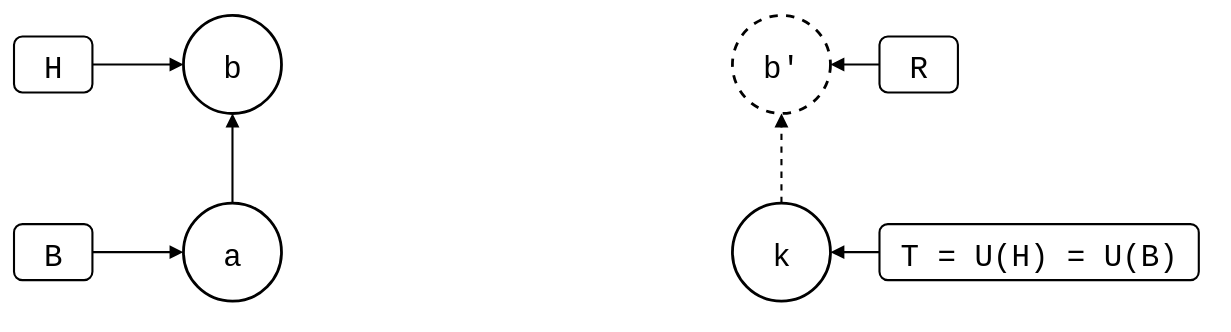
roschaefer/git-splice keeps this draw.io diagram as test/scenarios/up-to-date/push-ahead/edited-before-push/edited-before-push.drawio.svg. Above is the earlier version. Source tidied: cells renumbered, new cells last; positions are measured from the earlier drawing's top-left corner, leaving out a move shared by most shapes.
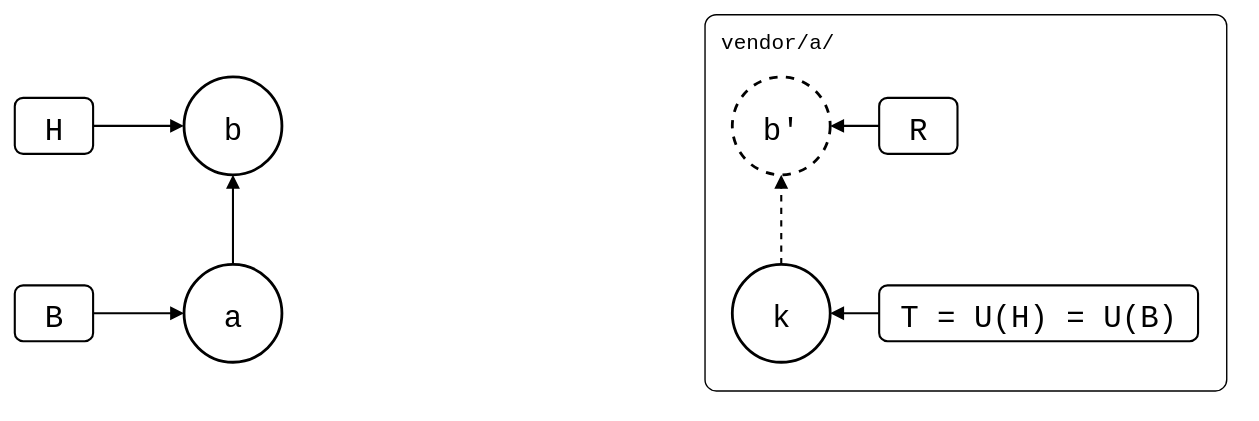
After the commit.

Change to the diagram source:
```diff
@@ -2,6 +2,9 @@
   <root>
     <mxCell id="0" />
     <mxCell id="1" parent="0" />
+    <mxCell id="16" value="vendor/a/" style="rounded=1;arcSize=3;fillColor=none;strokeWidth=1;fontSize=15;verticalAlign=top;align=left;spacingLeft=10;spacingTop=4;fontFamily=Roboto Mono,monospace;" parent="1" vertex="1">
+      <mxGeometry x="493" y="-45" width="373" height="269" as="geometry" />
+    </mxCell>
     <mxCell id="2" value="a" style="ellipse;strokeWidth=2;fontSize=22;fontFamily=Roboto Mono,monospace;" parent="1" vertex="1">
       <mxGeometry x="121" y="134" width="70" height="70" as="geometry" />
     </mxCell>
```
